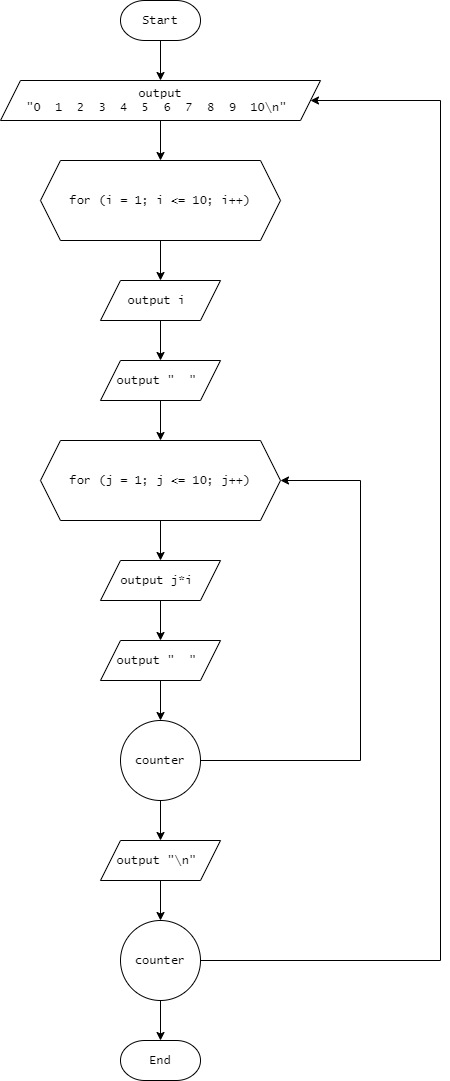
The draw.io diagram 3. LKM 7/LKM PD 7 Flowchart.png in merizqiardi/Tugas-Perulangan, before a commit. Source tidied: cells renumbered, new cells last; positions are measured from the earlier drawing's top-left corner, leaving out a move shared by most shapes.
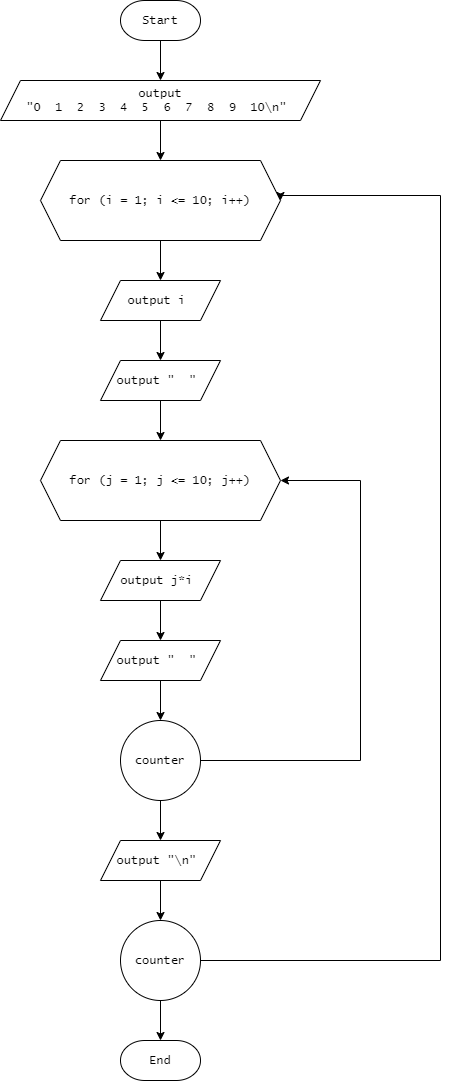
After the commit.

Change to the diagram source:
```diff
@@ -70,11 +70,12 @@
     <mxCell id="22" value="output &quot;\n&quot;&amp;nbsp;" style="shape=parallelogram;perimeter=parallelogramPerimeter;whiteSpace=wrap;html=1;fixedSize=1;strokeWidth=1;fontFamily=Lucida Console;" parent="1" vertex="1">
       <mxGeometry x="100" y="840" width="120" height="40" as="geometry" />
     </mxCell>
-    <mxCell id="23" style="edgeStyle=orthogonalEdgeStyle;rounded=0;jettySize=auto;html=1;entryX=1;entryY=0.5;entryDx=0;entryDy=0;fontFamily=Lucida Console;" parent="1" edge="1" source="25" target="17">
+    <mxCell id="23" style="edgeStyle=orthogonalEdgeStyle;rounded=0;jettySize=auto;html=1;entryX=1;entryY=0.5;entryDx=0;entryDy=0;fontFamily=Lucida Console;" parent="1" edge="1" source="25" target="5">
       <mxGeometry relative="1" as="geometry">
         <Array as="points">
           <mxPoint x="440" y="960" />
-          <mxPoint x="440" y="100" />
+          <mxPoint x="440" y="195" />
+          <mxPoint x="280" y="195" />
         </Array>
       </mxGeometry>
     </mxCell>
```
